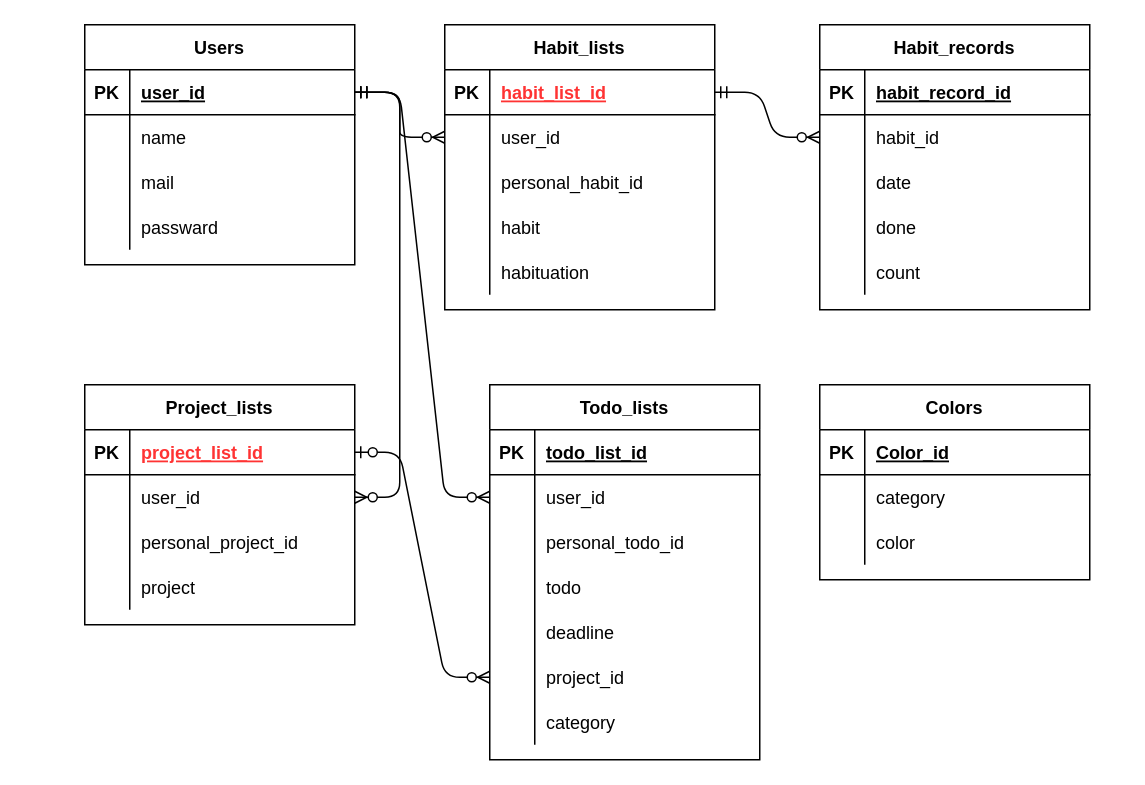
Earlier version of the draw.io diagram ER_diagram/Motiva_ER.drawio (pndnism/Motiva). Source tidied: cells renumbered, new cells numbered last; positions are measured from the earlier drawing's top-left corner, leaving out a move shared by most shapes. Both pictures are drawn from the tidied source at 150%, with x=0, y=0 at pixel (84, 24).
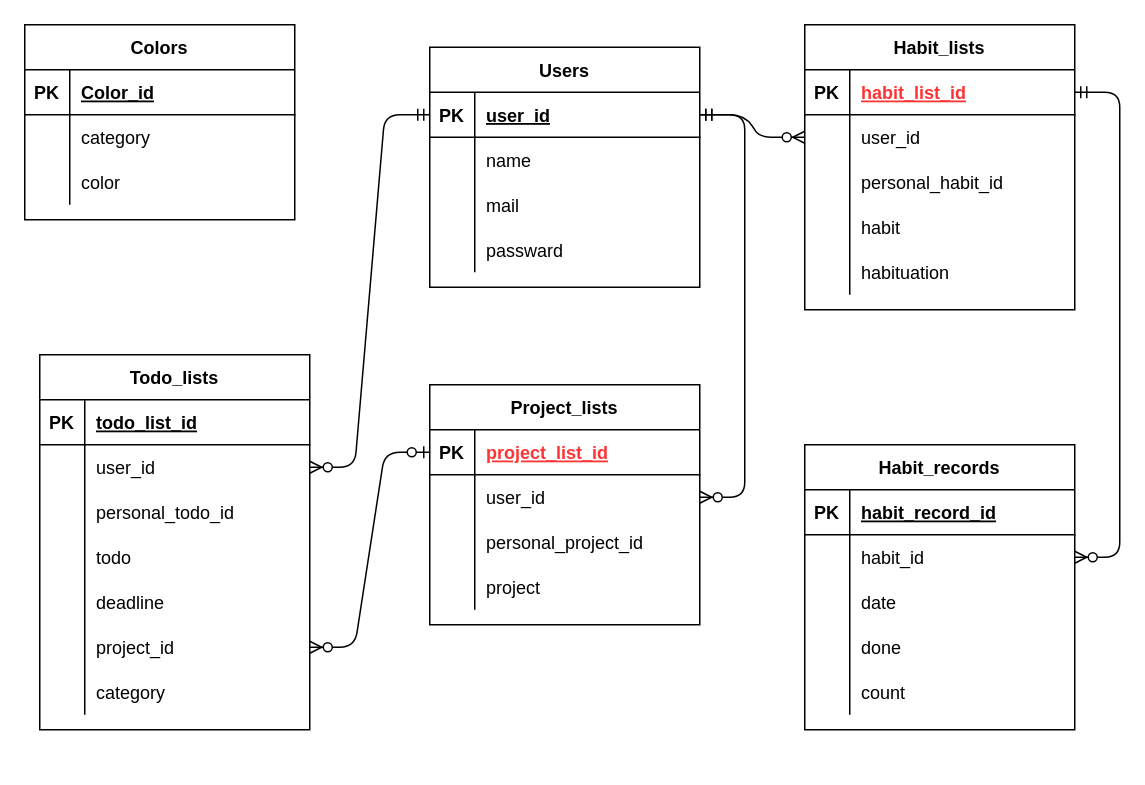
Above is the later version.

Unchanged cells that the change refers to:
```xml
<mxCell id="3" style="shape=partialRectangle;fillColor=none;top=0;left=0;bottom=1;right=0;points=[[0,0.5],[1,0.5]];portConstraint=eastwest;" parent="2" vertex="1">
  <mxGeometry y="30" width="180" height="30" as="geometry" />
</mxCell>
<mxCell id="16" style="shape=partialRectangle;fillColor=none;top=0;left=0;bottom=1;right=0;points=[[0,0.5],[1,0.5]];portConstraint=eastwest;" parent="15" vertex="1">
  <mxGeometry y="30" width="180" height="30" as="geometry" />
</mxCell>
<mxCell id="35" style="shape=partialRectangle;fillColor=none;top=0;left=0;bottom=0;right=0;points=[[0,0.5],[1,0.5]];portConstraint=eastwest;" parent="31" vertex="1">
  <mxGeometry y="60" width="180" height="30" as="geometry" />
</mxCell>
<mxCell id="48" style="shape=partialRectangle;fillColor=none;top=0;left=0;bottom=1;right=0;points=[[0,0.5],[1,0.5]];portConstraint=eastwest;" parent="47" vertex="1">
  <mxGeometry y="30" width="180" height="30" as="geometry" />
</mxCell>
<mxCell id="64" style="shape=partialRectangle;fillColor=none;top=0;left=0;bottom=0;right=0;points=[[0,0.5],[1,0.5]];portConstraint=eastwest;" parent="60" vertex="1">
  <mxGeometry y="60" width="180" height="30" as="geometry" />
</mxCell>
<mxCell id="76" style="shape=partialRectangle;fillColor=none;top=0;left=0;bottom=0;right=0;points=[[0,0.5],[1,0.5]];portConstraint=eastwest;" parent="60" vertex="1">
  <mxGeometry y="180" width="180" height="30" as="geometry" />
</mxCell>
```

Change to the diagram source:
```diff
@@
     <mxCell id="2" value="Users" style="shape=table;startSize=30;childLayout=tableLayout;rowLines=0;fontStyle=1;align=center;" parent="1" vertex="1">
-      <mxGeometry width="180" height="160" as="geometry" />
+      <mxGeometry x="230" y="15" width="180" height="160" as="geometry" />
     </mxCell>
@@
     <mxCell id="15" value="Habit_lists" style="shape=table;startSize=30;childLayout=tableLayout;rowLines=0;fontStyle=1;align=center;" parent="1" vertex="1">
-      <mxGeometry x="240" width="180" height="190" as="geometry" />
+      <mxGeometry x="480" width="180" height="190" as="geometry" />
     </mxCell>
@@
     <mxCell id="31" value="Habit_records" style="shape=table;startSize=30;childLayout=tableLayout;rowLines=0;fontStyle=1;align=center;" parent="1" vertex="1">
-      <mxGeometry x="490" width="180" height="190" as="geometry" />
+      <mxGeometry x="480" y="280" width="180" height="190" as="geometry" />
     </mxCell>
@@
     <mxCell id="47" value="Project_lists" style="shape=table;startSize=30;childLayout=tableLayout;rowLines=0;fontStyle=1;align=center;" parent="1" vertex="1">
-      <mxGeometry y="240" width="180" height="160" as="geometry" />
+      <mxGeometry x="230" y="240" width="180" height="160" as="geometry" />
     </mxCell>
@@
     <mxCell id="60" value="Todo_lists" style="shape=table;startSize=30;childLayout=tableLayout;rowLines=0;fontStyle=1;align=center;" parent="1" vertex="1">
-      <mxGeometry x="270" y="240" width="180" height="250" as="geometry" />
+      <mxGeometry x="-30" y="220" width="180" height="250" as="geometry" />
     </mxCell>
@@
     <mxCell id="82" value="Colors" style="shape=table;startSize=30;childLayout=tableLayout;rowLines=0;fontStyle=1;align=center;" parent="1" vertex="1">
-      <mxGeometry x="490" y="240" width="180" height="130" as="geometry" />
+      <mxGeometry x="-40" width="180" height="130" as="geometry" />
     </mxCell>
@@
-    <mxCell id="92" style="edgeStyle=entityRelationEdgeStyle;fontSize=12;html=1;endArrow=ERzeroToMany;startArrow=ERzeroToOne;strokeColor=#000000;exitX=1;exitY=0.5;exitDx=0;exitDy=0;entryX=0;entryY=0.5;entryDx=0;entryDy=0;" parent="1" edge="1" source="48" target="76">
+    <mxCell id="92" style="edgeStyle=entityRelationEdgeStyle;fontSize=12;html=1;endArrow=ERzeroToMany;startArrow=ERzeroToOne;strokeColor=#000000;entryX=1;entryY=0.5;entryDx=0;entryDy=0;exitX=0;exitY=0.5;exitDx=0;exitDy=0;" parent="1" edge="1" source="48" target="76">
       <mxGeometry relative="1" as="geometry" />
     </mxCell>
@@
-    <mxCell id="94" style="edgeStyle=entityRelationEdgeStyle;fontSize=12;html=1;endArrow=ERzeroToMany;startArrow=ERmandOne;strokeColor=#000000;exitX=1;exitY=0.5;exitDx=0;exitDy=0;entryX=0;entryY=0.5;entryDx=0;entryDy=0;" parent="1" edge="1" source="3" target="64">
+    <mxCell id="94" style="edgeStyle=entityRelationEdgeStyle;fontSize=12;html=1;endArrow=ERzeroToMany;startArrow=ERmandOne;strokeColor=#000000;exitX=0;exitY=0.5;exitDx=0;exitDy=0;entryX=1;entryY=0.5;entryDx=0;entryDy=0;" parent="1" edge="1" source="3" target="64">
       <mxGeometry relative="1" as="geometry" />
     </mxCell>
@@
-    <mxCell id="96" style="edgeStyle=entityRelationEdgeStyle;fontSize=12;html=1;endArrow=ERzeroToMany;startArrow=ERmandOne;strokeColor=#000000;exitX=1;exitY=0.5;exitDx=0;exitDy=0;entryX=0;entryY=0.5;entryDx=0;entryDy=0;" parent="1" edge="1" source="16" target="35">
+    <mxCell id="96" style="edgeStyle=entityRelationEdgeStyle;fontSize=12;html=1;endArrow=ERzeroToMany;startArrow=ERmandOne;strokeColor=#000000;exitX=1;exitY=0.5;exitDx=0;exitDy=0;entryX=1;entryY=0.5;entryDx=0;entryDy=0;" parent="1" edge="1" source="16" target="35">
       <mxGeometry relative="1" as="geometry" />
     </mxCell>
```
